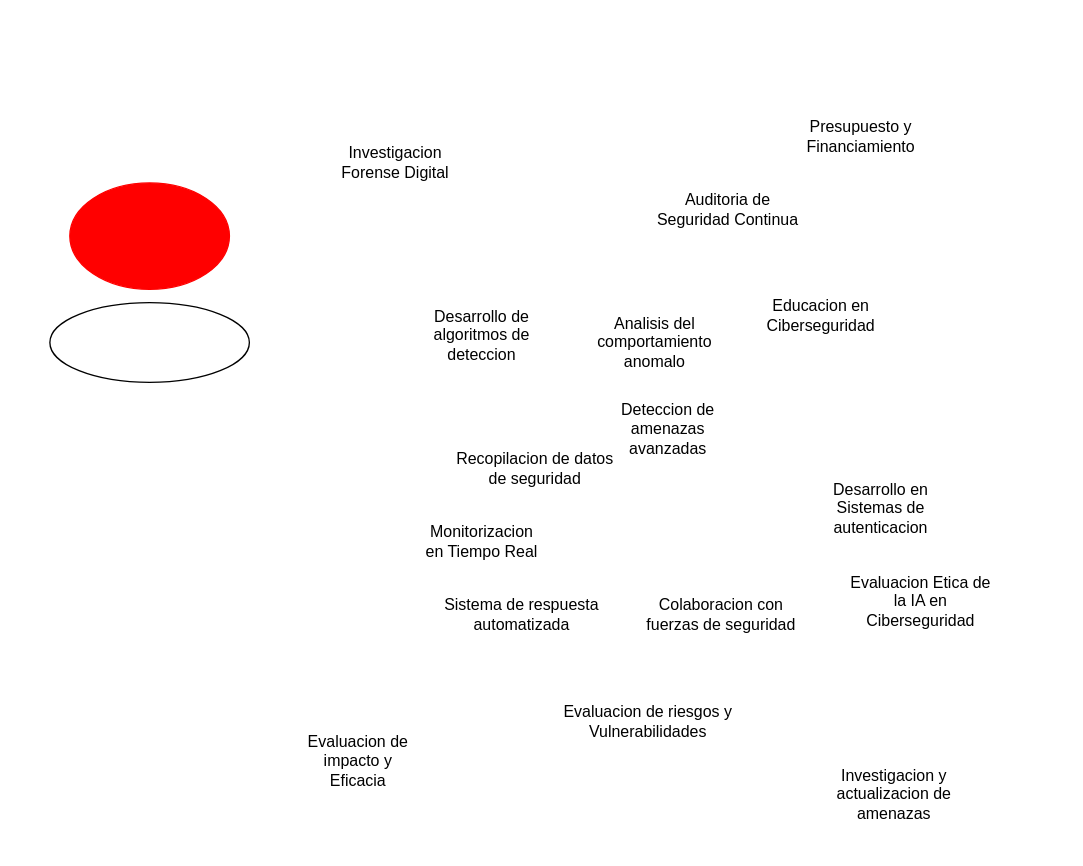
Before: drawing-app/Diagrama sin título.drawio in nomikugg/10-projects-10-hours, a draw.io diagram. Source tidied: cells renumbered, new cells numbered last; positions are measured from the earlier drawing's top-left corner, leaving out a move shared by most shapes. Both pictures are drawn from the tidied source at 133%, with x=0, y=0 at pixel (49, 116).
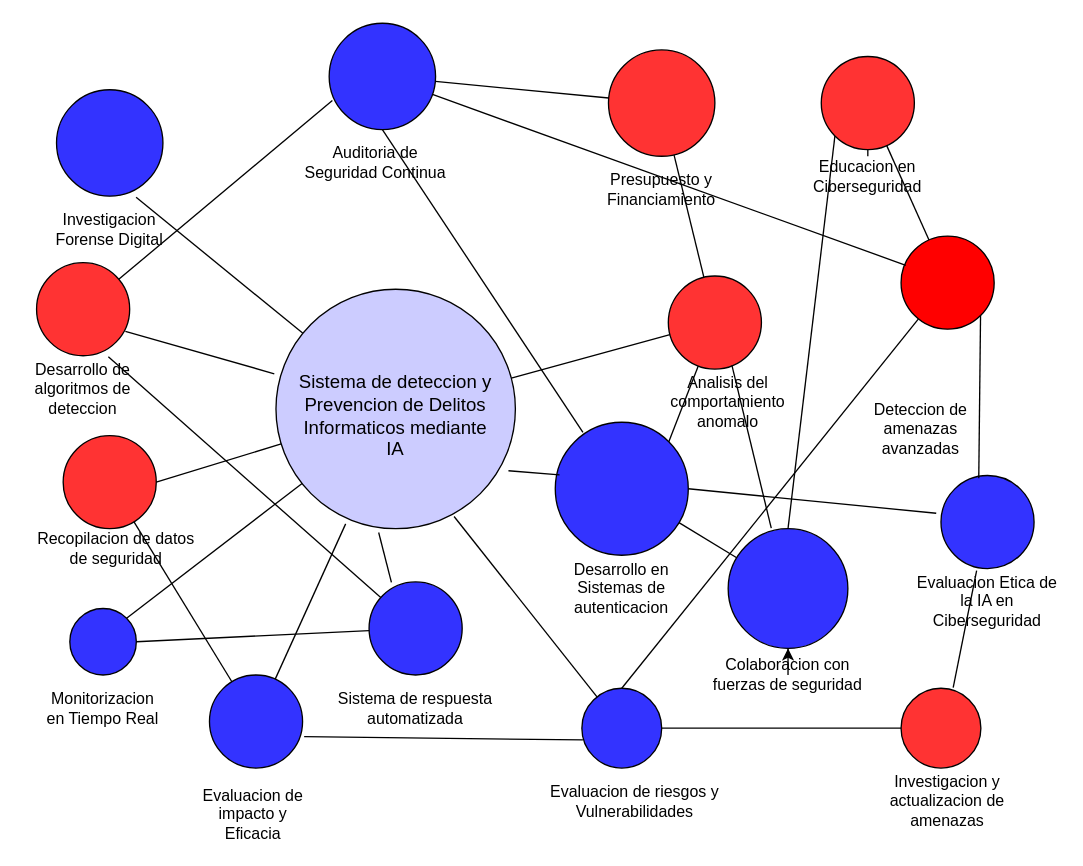
The same page after the edit.

What changed in the source:
```diff
@@
-    <mxCell id="2" style="ellipse;whiteSpace=wrap;html=1;" parent="1" vertex="1">
-      <mxGeometry y="140" width="150" height="60" as="geometry" />
-    </mxCell>
-    <mxCell id="3" style="ellipse;whiteSpace=wrap;html=1;strokeColor=#FF0000;fillColor=#FF0000;" parent="1" vertex="1">
-      <mxGeometry x="15" y="50" width="120" height="80" as="geometry" />
-    </mxCell>
     <mxCell id="4" value="Recopilacion de datos de seguridad" style="text;html=1;strokeColor=none;fillColor=none;align=center;verticalAlign=middle;whiteSpace=wrap;rounded=0;" parent="1" vertex="1">
-      <mxGeometry x="300" y="250" width="130" height="30" as="geometry" />
+      <mxGeometry x="-15" y="310" width="130" height="30" as="geometry" />
     </mxCell>
     <mxCell id="5" value="Desarrollo de algoritmos de deteccion" style="text;html=1;strokeColor=none;fillColor=none;align=center;verticalAlign=middle;whiteSpace=wrap;rounded=0;" parent="1" vertex="1">
-      <mxGeometry x="280" y="150" width="90" height="30" as="geometry" />
+      <mxGeometry x="-20" y="190" width="90" height="30" as="geometry" />
     </mxCell>
     <mxCell id="6" value="Analisis del comportamiento anomalo" style="text;html=1;strokeColor=none;fillColor=none;align=center;verticalAlign=middle;whiteSpace=wrap;rounded=0;" parent="1" vertex="1">
-      <mxGeometry x="390" y="155" width="130" height="30" as="geometry" />
+      <mxGeometry x="445" y="200" width="130" height="30" as="geometry" />
     </mxCell>
     <mxCell id="7" value="Deteccion de amenazas avanzadas" style="text;html=1;strokeColor=none;fillColor=none;align=center;verticalAlign=middle;whiteSpace=wrap;rounded=0;" parent="1" vertex="1">
-      <mxGeometry x="420" y="220" width="90" height="30" as="geometry" />
+      <mxGeometry x="610" y="220" width="90" height="30" as="geometry" />
     </mxCell>
     <mxCell id="8" value="Monitorizacion en Tiempo Real" style="text;html=1;strokeColor=none;fillColor=none;align=center;verticalAlign=middle;whiteSpace=wrap;rounded=0;" parent="1" vertex="1">
-      <mxGeometry x="280" y="310" width="90" height="20" as="geometry" />
+      <mxGeometry x="-5" y="435" width="90" height="20" as="geometry" />
     </mxCell>
     <mxCell id="9" value="Sistema de respuesta automatizada" style="text;html=1;strokeColor=none;fillColor=none;align=center;verticalAlign=middle;whiteSpace=wrap;rounded=0;" parent="1" vertex="1">
-      <mxGeometry x="290" y="360" width="130" height="30" as="geometry" />
+      <mxGeometry x="210" y="430" width="130" height="30" as="geometry" />
     </mxCell>
+    <mxCell id="20" style="edgeStyle=orthogonalEdgeStyle;rounded=0;jettySize=auto;html=1;" parent="1" edge="1" source="10" target="29">
+      <mxGeometry relative="1" as="geometry" />
+    </mxCell>
     <mxCell id="10" value="Colaboracion con fuerzas de seguridad" style="text;html=1;strokeColor=none;fillColor=none;align=center;verticalAlign=middle;whiteSpace=wrap;rounded=0;" parent="1" vertex="1">
-      <mxGeometry x="440" y="360" width="130" height="30" as="geometry" />
+      <mxGeometry x="490" y="405" width="130" height="30" as="geometry" />
     </mxCell>
     <mxCell id="11" value="Auditoria de Seguridad Continua" style="text;html=1;strokeColor=none;fillColor=none;align=center;verticalAlign=middle;whiteSpace=wrap;rounded=0;" parent="1" vertex="1">
-      <mxGeometry x="450" y="55" width="120" height="30" as="geometry" />
+      <mxGeometry x="185" y="20" width="120" height="30" as="geometry" />
     </mxCell>
-    <mxCell id="12" value="Educacion en Ciberseguridad" style="text;html=1;strokeColor=none;fillColor=none;align=center;verticalAlign=middle;whiteSpace=wrap;rounded=0;" parent="1" vertex="1">
-      <mxGeometry x="540" y="135" width="80" height="30" as="geometry" />
-    </mxCell>
     <mxCell id="13" value="Desarrollo en Sistemas de autenticacion" style="text;html=1;strokeColor=none;fillColor=none;align=center;verticalAlign=middle;whiteSpace=wrap;rounded=0;" parent="1" vertex="1">
-      <mxGeometry x="570" y="280" width="110" height="30" as="geometry" />
+      <mxGeometry x="375" y="340" width="110" height="30" as="geometry" />
     </mxCell>
     <mxCell id="14" value="Evaluacion Etica de la IA en Ciberseguridad" style="text;html=1;strokeColor=none;fillColor=none;align=center;verticalAlign=middle;whiteSpace=wrap;rounded=0;" parent="1" vertex="1">
-      <mxGeometry x="600" y="350" width="110" height="30" as="geometry" />
+      <mxGeometry x="650" y="350" width="110" height="30" as="geometry" />
     </mxCell>
     <mxCell id="15" value="Investigacion y actualizacion de amenazas" style="text;html=1;strokeColor=none;fillColor=none;align=center;verticalAlign=middle;whiteSpace=wrap;rounded=0;" parent="1" vertex="1">
-      <mxGeometry x="590" y="495" width="90" height="30" as="geometry" />
+      <mxGeometry x="630" y="500" width="90" height="30" as="geometry" />
     </mxCell>
     <mxCell id="16" value="Evaluacion de impacto y Eficacia" style="text;html=1;strokeColor=none;fillColor=none;align=center;verticalAlign=middle;whiteSpace=wrap;rounded=0;" parent="1" vertex="1">
-      <mxGeometry x="184" y="470" width="96" height="30" as="geometry" />
+      <mxGeometry x="105" y="510" width="96" height="30" as="geometry" />
     </mxCell>
     <mxCell id="17" value="Evaluacion de riesgos y Vulnerabilidades" style="text;html=1;strokeColor=none;fillColor=none;align=center;verticalAlign=middle;whiteSpace=wrap;rounded=0;" parent="1" vertex="1">
-      <mxGeometry x="380" y="440" width="140" height="30" as="geometry" />
+      <mxGeometry x="370" y="500" width="140" height="30" as="geometry" />
     </mxCell>
     <mxCell id="18" value="Presupuesto y Financiamiento" style="text;html=1;strokeColor=none;fillColor=none;align=center;verticalAlign=middle;whiteSpace=wrap;rounded=0;" parent="1" vertex="1">
-      <mxGeometry x="580" width="60" height="30" as="geometry" />
+      <mxGeometry x="430" y="40" width="60" height="30" as="geometry" />
     </mxCell>
     <mxCell id="19" value="Investigacion Forense Digital" style="text;html=1;strokeColor=none;fillColor=none;align=center;verticalAlign=middle;whiteSpace=wrap;rounded=0;" parent="1" vertex="1">
-      <mxGeometry x="210" y="20" width="100" height="30" as="geometry" />
+      <mxGeometry x="-5" y="70" width="100" height="30" as="geometry" />
     </mxCell>
+    <mxCell id="21" style="ellipse;whiteSpace=wrap;html=1;fillColor=#3333FF;" parent="1" vertex="1">
+      <mxGeometry x="5" y="-20" width="80" height="80" as="geometry" />
+    </mxCell>
+    <mxCell id="22" style="ellipse;whiteSpace=wrap;html=1;fillColor=#3333FF;" parent="1" vertex="1">
+      <mxGeometry x="210" y="-70" width="80" height="80" as="geometry" />
+    </mxCell>
+    <mxCell id="23" style="ellipse;whiteSpace=wrap;html=1;fillColor=#3333FF;" parent="1" vertex="1">
+      <mxGeometry x="15" y="370" width="50" height="50" as="geometry" />
+    </mxCell>
+    <mxCell id="24" style="ellipse;whiteSpace=wrap;html=1;fillColor=#3333FF;" parent="1" vertex="1">
+      <mxGeometry x="120" y="420" width="70" height="70" as="geometry" />
+    </mxCell>
+    <mxCell id="25" style="ellipse;whiteSpace=wrap;html=1;fillColor=#3333FF;" parent="1" vertex="1">
+      <mxGeometry x="240" y="350" width="70" height="70" as="geometry" />
+    </mxCell>
+    <mxCell id="26" style="ellipse;whiteSpace=wrap;html=1;fillColor=#3333FF;" parent="1" vertex="1">
+      <mxGeometry x="400" y="430" width="60" height="60" as="geometry" />
+    </mxCell>
+    <mxCell id="27" style="ellipse;whiteSpace=wrap;html=1;fillColor=#FF3333;" parent="1" vertex="1">
+      <mxGeometry x="640" y="430" width="60" height="60" as="geometry" />
+    </mxCell>
+    <mxCell id="28" style="ellipse;whiteSpace=wrap;html=1;fillColor=#3333FF;" parent="1" vertex="1">
+      <mxGeometry x="670" y="270" width="70" height="70" as="geometry" />
+    </mxCell>
+    <mxCell id="29" style="ellipse;whiteSpace=wrap;html=1;fillColor=#3333FF;" parent="1" vertex="1">
+      <mxGeometry x="510" y="310" width="90" height="90" as="geometry" />
+    </mxCell>
+    <mxCell id="30" style="ellipse;whiteSpace=wrap;html=1;fillColor=#3333FF;" parent="1" vertex="1">
+      <mxGeometry x="380" y="230" width="100" height="100" as="geometry" />
+    </mxCell>
+    <mxCell id="31" style="ellipse;whiteSpace=wrap;html=1;fillColor=#FF3333;" parent="1" vertex="1">
+      <mxGeometry x="-10" y="110" width="70" height="70" as="geometry" />
+    </mxCell>
+    <mxCell id="32" style="ellipse;whiteSpace=wrap;html=1;fillColor=#FF3333;" parent="1" vertex="1">
+      <mxGeometry x="10" y="240" width="70" height="70" as="geometry" />
+    </mxCell>
+    <mxCell id="33" style="ellipse;whiteSpace=wrap;html=1;fillColor=#FF0000;" parent="1" vertex="1">
+      <mxGeometry x="640" y="90" width="70" height="70" as="geometry" />
+    </mxCell>
+    <mxCell id="34" style="ellipse;whiteSpace=wrap;html=1;fillColor=#FF3333;" parent="1" vertex="1">
+      <mxGeometry x="465" y="120" width="70" height="70" as="geometry" />
+    </mxCell>
+    <mxCell id="35" style="ellipse;whiteSpace=wrap;html=1;fillColor=#FF3333;" parent="1" vertex="1">
+      <mxGeometry x="580" y="-45" width="70" height="70" as="geometry" />
+    </mxCell>
+    <mxCell id="36" style="ellipse;whiteSpace=wrap;html=1;fillColor=#FF3333;" parent="1" vertex="1">
+      <mxGeometry x="420" y="-50" width="80" height="80" as="geometry" />
+    </mxCell>
+    <mxCell id="37" style="ellipse;whiteSpace=wrap;html=1;fillColor=#CCCCFF;" parent="1" vertex="1">
+      <mxGeometry x="170" y="130" width="180" height="180" as="geometry" />
+    </mxCell>
+    <mxCell id="38" value="&lt;font style=&quot;font-size: 14px;&quot;&gt;Sistema de deteccion y Prevencion de Delitos Informaticos mediante IA&lt;/font&gt;" style="text;html=1;strokeColor=none;fillColor=none;align=center;verticalAlign=middle;whiteSpace=wrap;rounded=0;" parent="1" vertex="1">
+      <mxGeometry x="185" y="210" width="150" height="30" as="geometry" />
+    </mxCell>
+    <mxCell id="39" style="endArrow=none;html=1;rounded=0;exitX=1;exitY=0;exitDx=0;exitDy=0;" parent="1" edge="1" source="30" target="34">
+      <mxGeometry relative="1" as="geometry" />
+    </mxCell>
+    <mxCell id="40" style="endArrow=none;html=1;rounded=0;entryX=0.5;entryY=0;entryDx=0;entryDy=0;" parent="1" edge="1" source="33" target="26">
+      <mxGeometry relative="1" as="geometry" />
+    </mxCell>
+    <mxCell id="41" style="endArrow=none;html=1;rounded=0;" parent="1" edge="1" source="37" target="34">
+      <mxGeometry relative="1" as="geometry" />
+    </mxCell>
+    <mxCell id="42" style="endArrow=none;html=1;rounded=0;exitX=0.429;exitY=1.016;exitDx=0;exitDy=0;exitPerimeter=0;entryX=0.24;entryY=0.006;entryDx=0;entryDy=0;entryPerimeter=0;" parent="1" edge="1" source="37" target="25">
+      <mxGeometry relative="1" as="geometry" />
+    </mxCell>
+    <mxCell id="43" style="endArrow=none;html=1;rounded=0;exitX=0.971;exitY=0.758;exitDx=0;exitDy=0;exitPerimeter=0;entryX=0.032;entryY=0.396;entryDx=0;entryDy=0;entryPerimeter=0;" parent="1" edge="1" source="37" target="30">
+      <mxGeometry relative="1" as="geometry" />
+    </mxCell>
+    <mxCell id="44" style="endArrow=none;html=1;rounded=0;entryX=0.683;entryY=0.96;entryDx=0;entryDy=0;entryPerimeter=0;exitX=0.36;exitY=-0.004;exitDx=0;exitDy=0;exitPerimeter=0;" parent="1" edge="1" source="29" target="34">
+      <mxGeometry relative="1" as="geometry" />
+    </mxCell>
+    <mxCell id="45" style="endArrow=none;html=1;rounded=0;" parent="1" edge="1" source="30" target="29">
+      <mxGeometry relative="1" as="geometry" />
+    </mxCell>
+    <mxCell id="46" style="endArrow=none;html=1;rounded=0;exitX=0.5;exitY=0;exitDx=0;exitDy=0;entryX=0;entryY=1;entryDx=0;entryDy=0;" parent="1" edge="1" source="29" target="35">
+      <mxGeometry relative="1" as="geometry" />
+    </mxCell>
+    <mxCell id="47" style="endArrow=none;html=1;rounded=0;" parent="1" edge="1" source="22" target="36">
+      <mxGeometry relative="1" as="geometry" />
+    </mxCell>
+    <mxCell id="48" style="endArrow=none;html=1;rounded=0;exitX=0.051;exitY=0.314;exitDx=0;exitDy=0;exitPerimeter=0;" parent="1" edge="1" source="33" target="22">
+      <mxGeometry relative="1" as="geometry" />
+    </mxCell>
+    <mxCell id="49" style="endArrow=none;html=1;rounded=0;exitX=1;exitY=0.5;exitDx=0;exitDy=0;entryX=-0.051;entryY=0.406;entryDx=0;entryDy=0;entryPerimeter=0;" parent="1" edge="1" source="30" target="28">
+      <mxGeometry relative="1" as="geometry" />
+    </mxCell>
+    <mxCell id="50" style="endArrow=none;html=1;rounded=0;exitX=0.406;exitY=0.029;exitDx=0;exitDy=0;entryX=1;entryY=1;entryDx=0;entryDy=0;exitPerimeter=0;" parent="1" edge="1" source="28" target="33">
+      <mxGeometry relative="1" as="geometry" />
+    </mxCell>
+    <mxCell id="51" style="endArrow=none;html=1;rounded=0;exitX=0.653;exitY=-0.007;exitDx=0;exitDy=0;entryX=0.383;entryY=1.023;entryDx=0;entryDy=0;entryPerimeter=0;exitPerimeter=0;" parent="1" edge="1" source="27" target="28">
+      <mxGeometry relative="1" as="geometry" />
+    </mxCell>
+    <mxCell id="52" style="endArrow=none;html=1;rounded=0;" parent="1" edge="1" source="26" target="27">
+      <mxGeometry relative="1" as="geometry" />
+    </mxCell>
+    <mxCell id="53" style="endArrow=none;html=1;rounded=0;exitX=-0.007;exitY=0.353;exitDx=0;exitDy=0;entryX=0.954;entryY=0.737;entryDx=0;entryDy=0;entryPerimeter=0;exitPerimeter=0;" parent="1" edge="1" source="37" target="31">
+      <mxGeometry relative="1" as="geometry" />
+    </mxCell>
+    <mxCell id="54" style="endArrow=none;html=1;rounded=0;" parent="1" edge="1" source="36" target="34">
+      <mxGeometry relative="1" as="geometry" />
+    </mxCell>
+    <mxCell id="55" style="endArrow=none;html=1;rounded=0;entryX=0.748;entryY=1.01;entryDx=0;entryDy=0;entryPerimeter=0;" parent="1" edge="1" source="37" target="21">
+      <mxGeometry relative="1" as="geometry" />
+    </mxCell>
+    <mxCell id="56" style="endArrow=none;html=1;rounded=0;entryX=1;entryY=0.5;entryDx=0;entryDy=0;" parent="1" edge="1" source="37" target="32">
+      <mxGeometry relative="1" as="geometry" />
+    </mxCell>
+    <mxCell id="57" style="endArrow=none;html=1;rounded=0;exitX=0.013;exitY=0.647;exitDx=0;exitDy=0;entryX=1.017;entryY=0.663;entryDx=0;entryDy=0;entryPerimeter=0;exitPerimeter=0;" parent="1" edge="1" source="26" target="24">
+      <mxGeometry relative="1" as="geometry" />
+    </mxCell>
+    <mxCell id="58" style="endArrow=none;html=1;rounded=0;entryX=1;entryY=0.5;entryDx=0;entryDy=0;" parent="1" edge="1" source="25" target="23">
+      <mxGeometry relative="1" as="geometry" />
+    </mxCell>
+    <mxCell id="59" style="endArrow=none;html=1;rounded=0;entryX=0.771;entryY=1.011;entryDx=0;entryDy=0;entryPerimeter=0;" parent="1" edge="1" source="25" target="31">
+      <mxGeometry relative="1" as="geometry" />
+    </mxCell>
+    <mxCell id="60" style="endArrow=none;html=1;rounded=0;exitX=0.109;exitY=0.811;exitDx=0;exitDy=0;entryX=1;entryY=0;entryDx=0;entryDy=0;exitPerimeter=0;" parent="1" edge="1" source="37" target="23">
+      <mxGeometry relative="1" as="geometry" />
+    </mxCell>
+    <mxCell id="61" style="endArrow=none;html=1;rounded=0;entryX=0.744;entryY=0.949;entryDx=0;entryDy=0;entryPerimeter=0;" parent="1" edge="1" source="26" target="37">
+      <mxGeometry relative="1" as="geometry" />
+    </mxCell>
+    <mxCell id="62" style="endArrow=none;html=1;rounded=0;entryX=0.291;entryY=0.98;entryDx=0;entryDy=0;entryPerimeter=0;" parent="1" edge="1" source="24" target="37">
+      <mxGeometry relative="1" as="geometry" />
+    </mxCell>
+    <mxCell id="63" style="endArrow=none;html=1;rounded=0;" parent="1" edge="1" source="24" target="32">
+      <mxGeometry relative="1" as="geometry" />
+    </mxCell>
+    <mxCell id="64" style="endArrow=none;html=1;rounded=0;entryX=0.03;entryY=0.725;entryDx=0;entryDy=0;entryPerimeter=0;" parent="1" edge="1" source="31" target="22">
+      <mxGeometry relative="1" as="geometry" />
+    </mxCell>
+    <mxCell id="65" style="endArrow=none;html=1;rounded=0;exitX=0.208;exitY=0.076;exitDx=0;exitDy=0;entryX=0.5;entryY=1;entryDx=0;entryDy=0;exitPerimeter=0;" parent="1" edge="1" source="30" target="22">
+      <mxGeometry relative="1" as="geometry" />
+    </mxCell>
+    <mxCell id="66" style="endArrow=none;html=1;rounded=0;" parent="1" edge="1" source="12" target="35">
+      <mxGeometry relative="1" as="geometry" />
+    </mxCell>
+    <mxCell id="67" style="endArrow=none;html=1;rounded=0;" parent="1" edge="1" source="33" target="35">
+      <mxGeometry relative="1" as="geometry" />
+    </mxCell>
+    <mxCell id="12" value="Educacion en Ciberseguridad" style="text;html=1;strokeColor=none;fillColor=none;align=center;verticalAlign=middle;whiteSpace=wrap;rounded=0;" parent="1" vertex="1">
+      <mxGeometry x="575" y="30" width="80" height="30" as="geometry" />
+    </mxCell>
```
